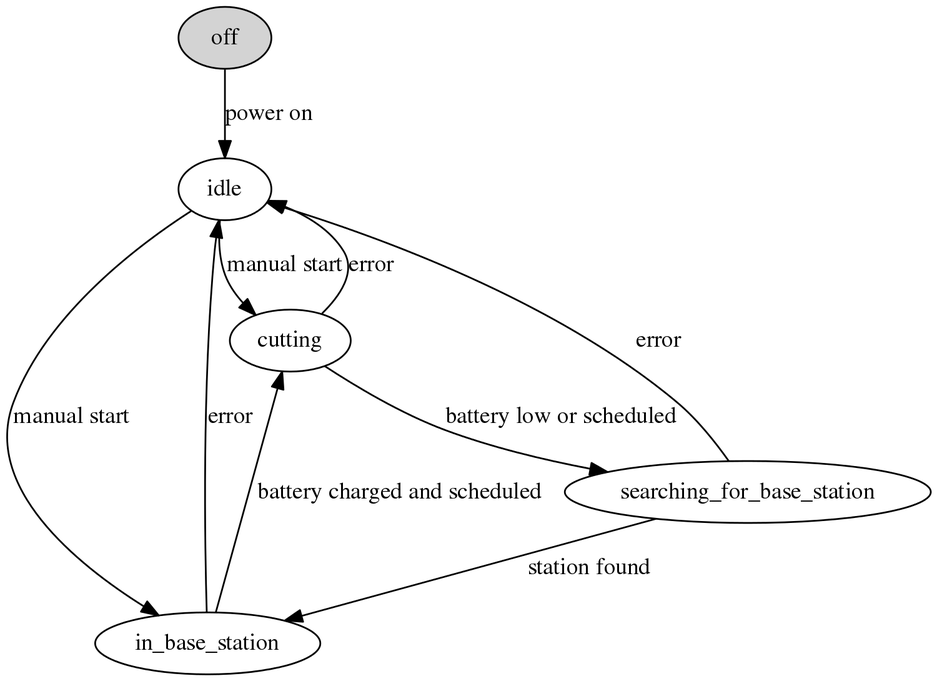
The Graphviz diagram doc/robot_state_machine.png in eerimoq/romeo, before a commit. Its source is kept beside it as doc/robot_state_machine.dot.
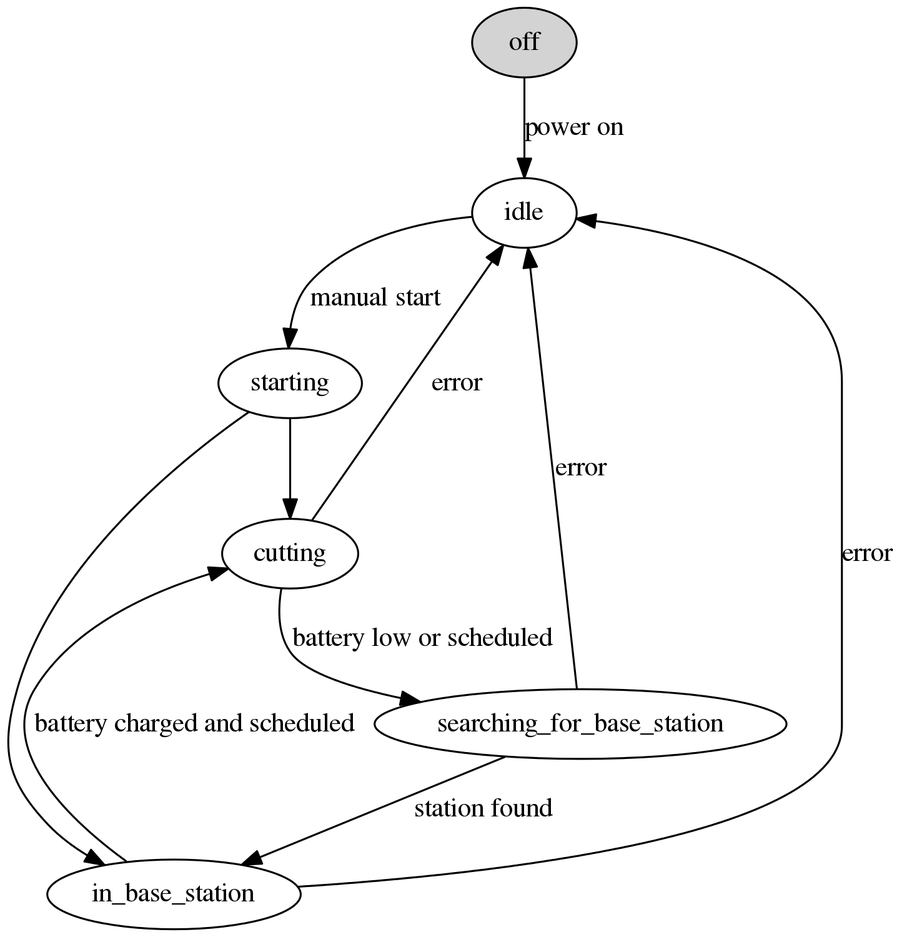
Above is the later version.

Commit message:
New state machine

Change to the diagram source:
```diff
@@ -1,8 +1,9 @@
 digraph robot_state_diagram {
   off [style=filled];
   off -> idle [label="power on"];
-  idle -> cutting [label="manual start"];
-  idle -> in_base_station [label="manual start"];
+  idle -> starting [label="manual start"];
+  starting -> cutting;
+  starting -> in_base_station;
   cutting -> idle [label="error"];
   cutting -> searching_for_base_station [label="battery low or scheduled"];
   searching_for_base_station -> in_base_station [label="station found"];
```
